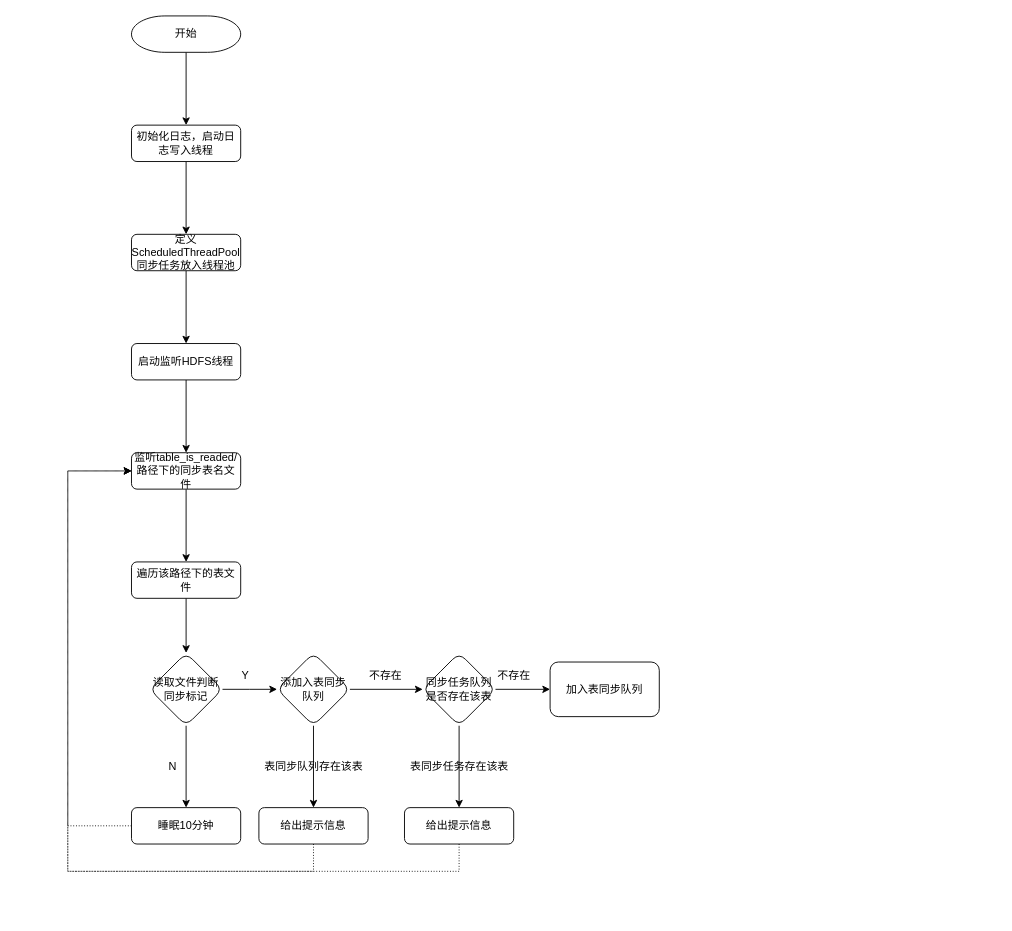
Above: mrap/导数流程图.drawio in lianyutian/drawio (draw.io), before the change. Source tidied: cells renumbered, new cells numbered last; positions are measured from the earlier drawing's top-left corner, leaving out a move shared by most shapes. Both pictures are drawn from the tidied source at 91%, with x=0, y=0 at pixel (67, 15).
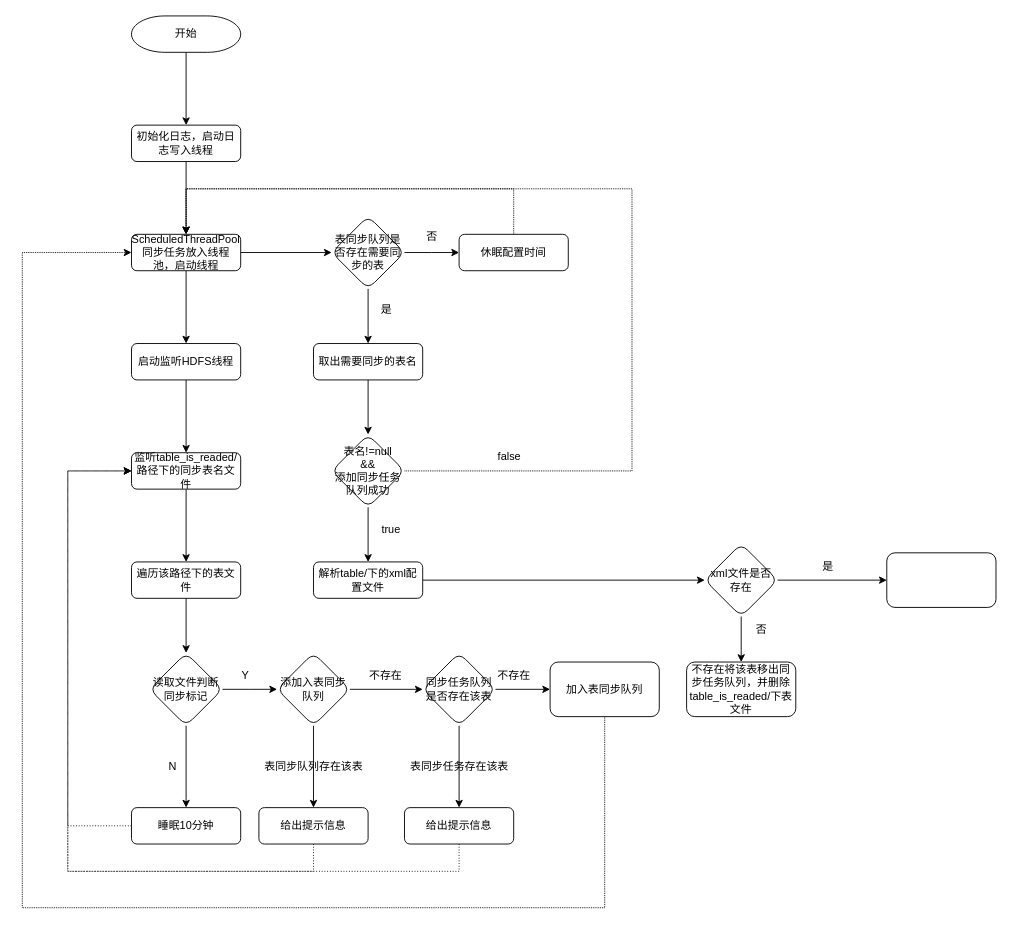
After the change.

Commit message (it also covers changes not shown here):
更新导数流程图.drawio

The change refers to these unchanged cells:
```xml
<mxCell id="34" value="加入表同步队列" style="whiteSpace=wrap;html=1;rounded=1;glass=0;strokeWidth=1;shadow=0;" parent="1" vertex="1">
  <mxGeometry x="530" y="710" width="120" height="60" as="geometry" />
</mxCell>
```

Diff of the diagram source:
```diff
@@
+    <mxCell id="36" style="edgeStyle=orthogonalEdgeStyle;rounded=0;jettySize=auto;html=1;" parent="1" edge="1" source="7" target="40">
+      <mxGeometry relative="1" as="geometry" />
+    </mxCell>
-    <mxCell id="7" value="定义ScheduledThreadPool同步任务放入线程池" style="rounded=1;whiteSpace=wrap;html=1;fontSize=12;glass=0;strokeWidth=1;shadow=0;" parent="1" vertex="1">
+    <mxCell id="7" value="ScheduledThreadPool同步任务放入线程池，启动线程" style="rounded=1;whiteSpace=wrap;html=1;fontSize=12;glass=0;strokeWidth=1;shadow=0;" parent="1" vertex="1">
       <mxGeometry x="70" y="240" width="120" height="40" as="geometry" />
     </mxCell>
@@
+    <mxCell id="37" style="edgeStyle=orthogonalEdgeStyle;rounded=0;jettySize=auto;html=1;entryX=0;entryY=0.5;entryDx=0;entryDy=0;exitX=0.5;exitY=1;exitDx=0;exitDy=0;dashed=1;dashPattern=1 1;" parent="1" edge="1" source="34" target="7">
+      <mxGeometry relative="1" as="geometry">
+        <Array as="points">
+          <mxPoint x="590" y="980" />
+          <mxPoint x="-50" y="980" />
+          <mxPoint x="-50" y="260" />
+        </Array>
+      </mxGeometry>
+    </mxCell>
@@
+    <mxCell id="38" style="edgeStyle=orthogonalEdgeStyle;rounded=0;jettySize=auto;html=1;" parent="1" edge="1" source="40">
+      <mxGeometry relative="1" as="geometry">
+        <mxPoint x="430" y="260" as="targetPoint" />
+      </mxGeometry>
+    </mxCell>
+    <mxCell id="39" style="edgeStyle=orthogonalEdgeStyle;rounded=0;jettySize=auto;html=1;" parent="1" edge="1" source="40" target="45">
+      <mxGeometry relative="1" as="geometry" />
+    </mxCell>
+    <mxCell id="40" value="表同步队列是否存在需要同步的表" style="rhombus;whiteSpace=wrap;html=1;rounded=1;glass=0;strokeWidth=1;shadow=0;" parent="1" vertex="1">
+      <mxGeometry x="290" y="220" width="80" height="80" as="geometry" />
+    </mxCell>
+    <mxCell id="41" style="edgeStyle=orthogonalEdgeStyle;rounded=0;jettySize=auto;html=1;entryX=0.5;entryY=0;entryDx=0;entryDy=0;dashed=1;dashPattern=1 1;" parent="1" edge="1" source="42" target="7">
+      <mxGeometry relative="1" as="geometry">
+        <Array as="points">
+          <mxPoint x="490" y="190" />
+          <mxPoint x="130" y="190" />
+        </Array>
+      </mxGeometry>
+    </mxCell>
+    <mxCell id="42" value="休眠配置时间" style="rounded=1;whiteSpace=wrap;html=1;fontSize=12;glass=0;strokeWidth=1;shadow=0;" parent="1" vertex="1">
+      <mxGeometry x="430" y="240" width="120" height="40" as="geometry" />
+    </mxCell>
+    <mxCell id="43" value="否" style="text;html=1;align=center;verticalAlign=middle;strokeColor=none;fillColor=none;" parent="1" vertex="1">
+      <mxGeometry x="380" y="228" width="40" height="30" as="geometry" />
+    </mxCell>
+    <mxCell id="44" style="edgeStyle=orthogonalEdgeStyle;rounded=0;jettySize=auto;html=1;" parent="1" edge="1" source="45" target="49">
+      <mxGeometry relative="1" as="geometry" />
+    </mxCell>
+    <mxCell id="45" value="取出需要同步的表名" style="rounded=1;whiteSpace=wrap;html=1;fontSize=12;glass=0;strokeWidth=1;shadow=0;" parent="1" vertex="1">
+      <mxGeometry x="270" y="360" width="120" height="40" as="geometry" />
+    </mxCell>
+    <mxCell id="46" value="是" style="text;html=1;align=center;verticalAlign=middle;strokeColor=none;fillColor=none;" parent="1" vertex="1">
+      <mxGeometry x="330" y="308" width="40" height="30" as="geometry" />
+    </mxCell>
+    <mxCell id="47" style="edgeStyle=orthogonalEdgeStyle;rounded=0;jettySize=auto;html=1;entryX=0.5;entryY=0;entryDx=0;entryDy=0;dashed=1;dashPattern=1 1;" parent="1" edge="1" source="49" target="7">
+      <mxGeometry relative="1" as="geometry">
+        <Array as="points">
+          <mxPoint x="620" y="500" />
+          <mxPoint x="620" y="190" />
+          <mxPoint x="130" y="190" />
+        </Array>
+      </mxGeometry>
+    </mxCell>
+    <mxCell id="48" style="edgeStyle=orthogonalEdgeStyle;rounded=0;jettySize=auto;html=1;" parent="1" edge="1" source="49" target="51">
+      <mxGeometry relative="1" as="geometry" />
+    </mxCell>
+    <mxCell id="49" value="表名!=null&lt;div&gt;&amp;amp;&amp;amp;&lt;/div&gt;&lt;div&gt;添加同步任务队列成功&lt;/div&gt;" style="rhombus;whiteSpace=wrap;html=1;rounded=1;glass=0;strokeWidth=1;shadow=0;" parent="1" vertex="1">
+      <mxGeometry x="290" y="460" width="80" height="80" as="geometry" />
+    </mxCell>
+    <mxCell id="50" style="edgeStyle=orthogonalEdgeStyle;rounded=0;jettySize=auto;html=1;" parent="1" edge="1" source="51" target="56">
+      <mxGeometry relative="1" as="geometry" />
+    </mxCell>
+    <mxCell id="51" value="解析table/下的xml配置文件" style="rounded=1;whiteSpace=wrap;html=1;fontSize=12;glass=0;strokeWidth=1;shadow=0;" parent="1" vertex="1">
+      <mxGeometry x="270" y="600" width="120" height="40" as="geometry" />
+    </mxCell>
+    <mxCell id="52" value="false" style="text;html=1;align=center;verticalAlign=middle;strokeColor=none;fillColor=none;" parent="1" vertex="1">
+      <mxGeometry x="460" y="470" width="50" height="30" as="geometry" />
+    </mxCell>
+    <mxCell id="53" value="true" style="text;html=1;align=center;verticalAlign=middle;strokeColor=none;fillColor=none;" parent="1" vertex="1">
+      <mxGeometry x="335" y="550" width="40" height="30" as="geometry" />
+    </mxCell>
+    <mxCell id="54" style="edgeStyle=orthogonalEdgeStyle;rounded=0;jettySize=auto;html=1;" parent="1" edge="1" source="56" target="57">
+      <mxGeometry relative="1" as="geometry" />
+    </mxCell>
+    <mxCell id="55" style="edgeStyle=orthogonalEdgeStyle;rounded=0;jettySize=auto;html=1;" parent="1" edge="1" source="56" target="58">
+      <mxGeometry relative="1" as="geometry" />
+    </mxCell>
+    <mxCell id="56" value="xml文件是否存在" style="rhombus;whiteSpace=wrap;html=1;rounded=1;glass=0;strokeWidth=1;shadow=0;" parent="1" vertex="1">
+      <mxGeometry x="700" y="580" width="80" height="80" as="geometry" />
+    </mxCell>
+    <mxCell id="57" style="whiteSpace=wrap;html=1;rounded=1;glass=0;strokeWidth=1;shadow=0;" parent="1" vertex="1">
+      <mxGeometry x="900" y="590" width="120" height="60" as="geometry" />
+    </mxCell>
+    <mxCell id="58" value="不存在将该表移出同步任务队列，并删除&lt;div&gt;table_is_readed/下表文件&lt;br&gt;&lt;/div&gt;" style="whiteSpace=wrap;html=1;rounded=1;glass=0;strokeWidth=1;shadow=0;" parent="1" vertex="1">
+      <mxGeometry x="680" y="710" width="120" height="60" as="geometry" />
+    </mxCell>
+    <mxCell id="59" value="否" style="text;html=1;align=center;verticalAlign=middle;strokeColor=none;fillColor=none;" parent="1" vertex="1">
+      <mxGeometry x="742" y="660" width="40" height="30" as="geometry" />
+    </mxCell>
+    <mxCell id="60" value="是" style="text;html=1;align=center;verticalAlign=middle;strokeColor=none;fillColor=none;" parent="1" vertex="1">
+      <mxGeometry x="815" y="590" width="40" height="30" as="geometry" />
+    </mxCell>
```
